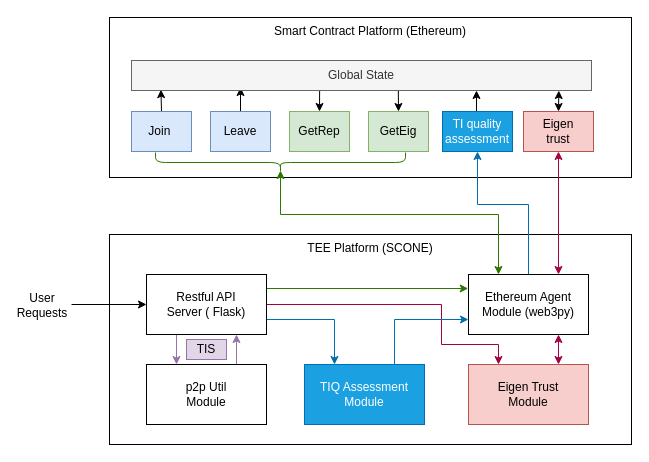
Albert-W/Draw_io keeps this draw.io diagram as Titan Structure.drawio. Above is the earlier version. Source tidied: cells renumbered, new cells numbered last; positions are measured from the earlier drawing's top-left corner, leaving out a move shared by most shapes. Both pictures are drawn from the tidied source at 100%, with x=0, y=0 at pixel (22, 17).
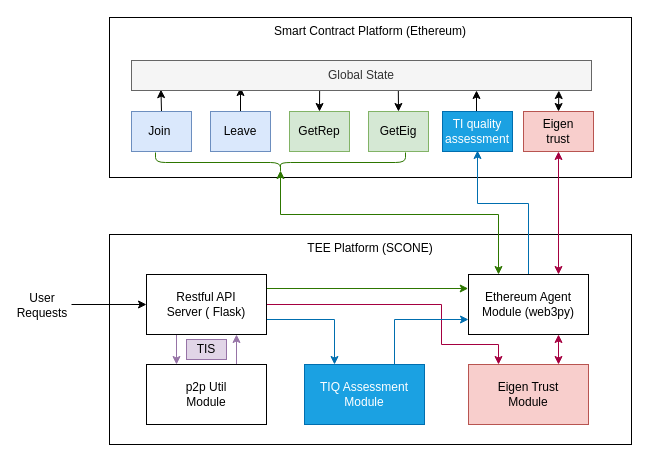
Above is the later version.

The change refers to these unchanged cells:
```xml
<mxCell id="13" value="TI quality assessment" style="rounded=0;whiteSpace=wrap;html=1;align=center;fillColor=#1ba1e2;strokeColor=#006EAF;fontColor=#ffffff;" parent="1" vertex="1">
  <mxGeometry x="420" y="94" width="70" height="40" as="geometry" />
</mxCell>
<mxCell id="30" value="Ethereum Agent&lt;br&gt;Module (web3py)&lt;br&gt;" style="rounded=0;whiteSpace=wrap;html=1;align=center;" parent="1" vertex="1">
  <mxGeometry x="446" y="257" width="120" height="60" as="geometry" />
</mxCell>
```

Change to the diagram source:
```diff
@@
-    <mxCell id="28" style="edgeStyle=orthogonalEdgeStyle;rounded=0;jettySize=auto;html=1;exitX=0.5;exitY=0;exitDx=0;exitDy=0;entryX=0.5;entryY=1;entryDx=0;entryDy=0;startArrow=none;startFill=0;fillColor=#1ba1e2;strokeColor=#006EAF;" parent="1" edge="1" source="30" target="13">
+    <mxCell id="28" style="edgeStyle=orthogonalEdgeStyle;rounded=0;orthogonalLoop=1;jettySize=auto;html=1;exitX=0.5;exitY=0;exitDx=0;exitDy=0;entryX=0.5;entryY=1;entryDx=0;entryDy=0;startArrow=none;startFill=0;fillColor=#1ba1e2;strokeColor=#006EAF;" parent="1" edge="1">
       <mxGeometry relative="1" as="geometry">
+        <mxPoint x="506" y="257" as="sourcePoint" />
+        <mxPoint x="455" y="133" as="targetPoint" />
         <Array as="points">
-          <mxPoint x="506" y="187" />
-          <mxPoint x="455" y="187" />
+          <mxPoint x="506" y="186" />
+          <mxPoint x="455" y="186" />
         </Array>
       </mxGeometry>
     </mxCell>
```
